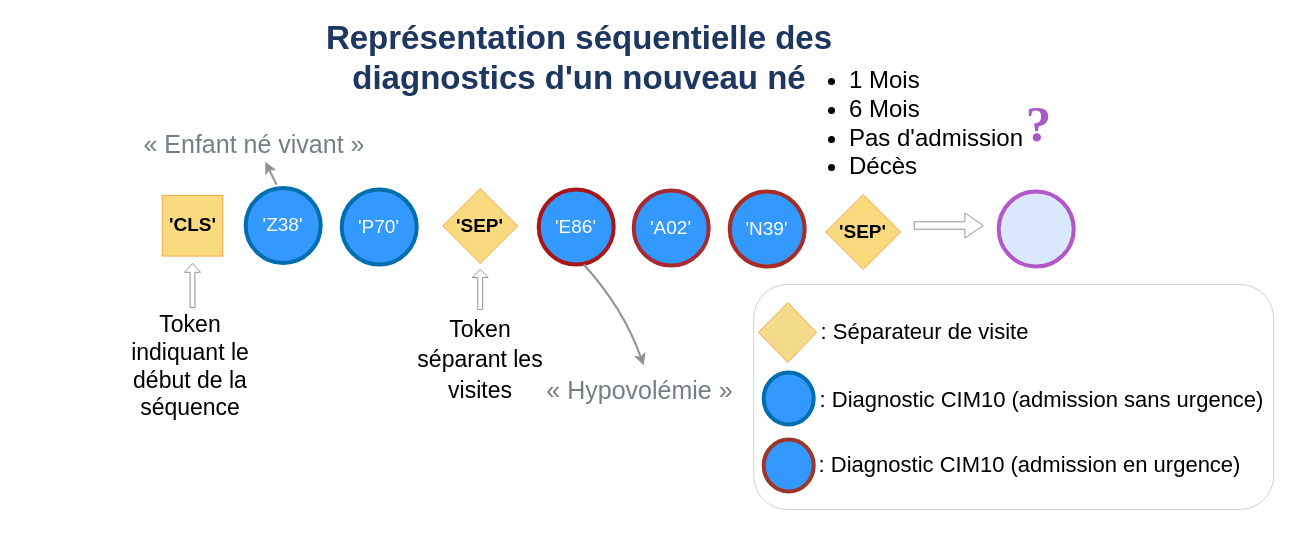
Above: ex_séquence.drawio in Basso42/BEHRT (draw.io), before the change. Source tidied: cells renumbered, new cells numbered last; positions are measured from the earlier drawing's top-left corner, leaving out a move shared by most shapes. Both pictures are drawn from the tidied source at 100%, with x=0, y=0 at pixel (125, 56).
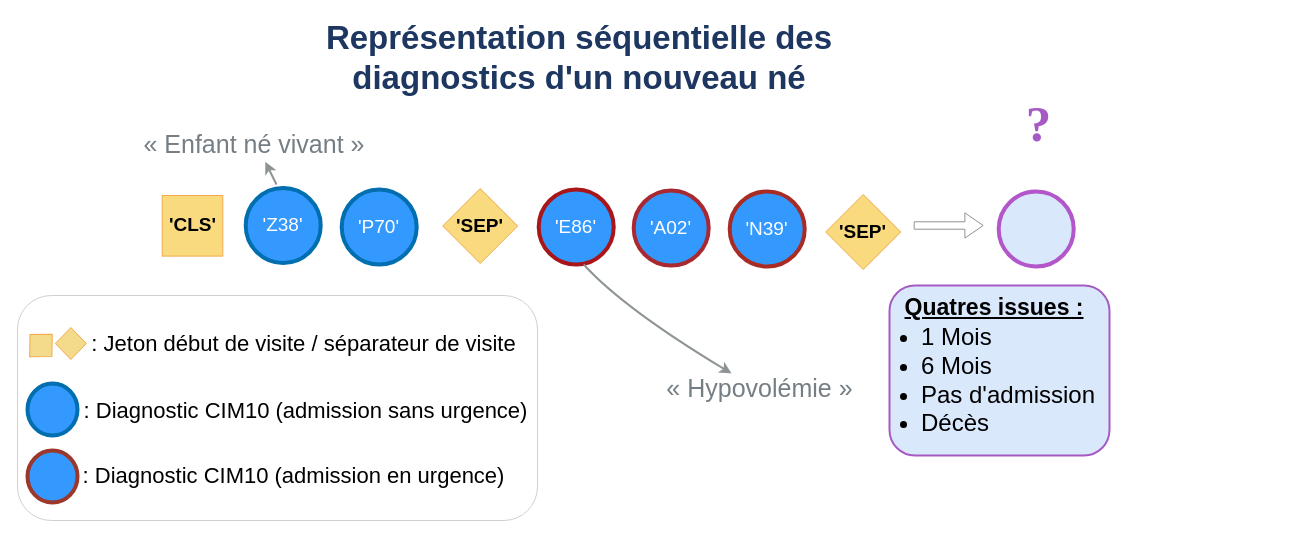
Above is the later version.

The edit, as a diff of the source:
```diff
@@
+    <mxCell id="32" style="rounded=1;whiteSpace=wrap;html=1;fillColor=#dae8fc;strokeColor=light-dark(#a65bc4, #5c79a3);strokeWidth=2;" parent="1" vertex="1">
+      <mxGeometry x="764" y="229" width="220" height="170" as="geometry" />
+    </mxCell>
@@
-    <mxCell id="4" value="&lt;font style=&quot;font-size: 23px;&quot;&gt;&lt;font&gt;Token indiquant le début de la séquence&lt;/font&gt;&lt;/font&gt;" style="text;html=1;strokeColor=none;fillColor=none;align=center;verticalAlign=middle;whiteSpace=wrap;rounded=0;fontSize=21;fontFamily=Arial;" parent="1" vertex="1">
-      <mxGeometry y="295" width="130" height="30" as="geometry" />
-    </mxCell>
-    <mxCell id="5" style="shape=singleArrow;whiteSpace=wrap;html=1;rotation=-90;strokeColor=light-dark(#8e9495, #ededed);fontFamily=Arial;" parent="1" vertex="1">
-      <mxGeometry x="45" y="221" width="44" height="16" as="geometry" />
-    </mxCell>
@@
-    <mxCell id="15" value="&lt;font style=&quot;font-size: 23px;&quot;&gt;&lt;font&gt;Token séparant les visites&lt;/font&gt;&lt;u&gt;&lt;font&gt;&lt;font&gt;&lt;br&gt;&lt;/font&gt;&lt;/font&gt;&lt;/u&gt;&lt;/font&gt;" style="text;html=1;strokeColor=none;fillColor=none;align=center;verticalAlign=middle;whiteSpace=wrap;rounded=0;fontSize=25;fontFamily=Arial;" parent="1" vertex="1">
-      <mxGeometry x="276.2" y="263" width="158" height="78" as="geometry" />
-    </mxCell>
-    <mxCell id="16" style="shape=singleArrow;whiteSpace=wrap;html=1;direction=north;strokeColor=light-dark(#8e9495, #ededed);fontFamily=Arial;" parent="1" vertex="1">
-      <mxGeometry x="346.7" y="213" width="16" height="40" as="geometry" />
-    </mxCell>
     <mxCell id="17" value="&lt;h1&gt;&lt;font style=&quot;font-size: 25px;&quot;&gt;&amp;nbsp;&lt;font&gt;&lt;font&gt;&lt;span style=&quot;font-weight: normal;&quot;&gt;« Hypovolémie »&lt;/span&gt;&lt;/font&gt;&lt;/font&gt;&lt;font&gt;&lt;font&gt;&lt;font&gt;&lt;br&gt;&lt;/font&gt;&lt;/font&gt;&lt;/font&gt;&lt;/font&gt;&lt;/h1&gt;" style="text;html=1;strokeColor=none;fillColor=none;align=center;verticalAlign=middle;whiteSpace=wrap;rounded=0;fontSize=12;fontColor=light-dark(#747e84, #ededed);fontFamily=Arial;" parent="1" vertex="1">
-      <mxGeometry x="408.2" y="319" width="206" height="30" as="geometry" />
+      <mxGeometry x="528" y="317" width="206" height="30" as="geometry" />
     </mxCell>
-    <mxCell id="18" style="curved=1;endArrow=classic;html=1;rounded=0;strokeWidth=2;strokeColor=light-dark(#8e9495, #ededed);fontFamily=Arial;" parent="1" edge="1">
+    <mxCell id="18" style="curved=1;endArrow=classic;html=1;rounded=0;strokeWidth=2;strokeColor=light-dark(#8e9495, #ededed);fontFamily=Arial;" parent="1" edge="1" target="17">
       <mxGeometry relative="1" as="geometry">
         <mxPoint x="458.2" y="208" as="sourcePoint" />
-        <mxPoint x="518.2" y="309" as="targetPoint" />
         <Array as="points">
           <mxPoint x="498.2" y="252" />
         </Array>
       </mxGeometry>
     </mxCell>
@@
     <mxCell id="20" style="rounded=1;whiteSpace=wrap;html=1;strokeColor=light-dark(#d0d0d0, #ededed);fontFamily=Arial;" parent="1" vertex="1">
-      <mxGeometry x="628.2" y="228" width="520" height="225" as="geometry" />
+      <mxGeometry x="-108" y="239" width="520" height="225" as="geometry" />
     </mxCell>
     <mxCell id="21" style="rhombus;whiteSpace=wrap;html=1;flipH=1;fillColor=light-dark(#f4db8b, #281d00);strokeColor=light-dark(#f2aa4c, #6d5100);fontFamily=Arial;" parent="1" vertex="1">
-      <mxGeometry x="633.2" y="246" width="58" height="60" as="geometry" />
+      <mxGeometry x="-70.1" y="271" width="30.9" height="32" as="geometry" />
     </mxCell>
     <mxCell id="22" value="&lt;div&gt;&lt;br&gt;&lt;/div&gt;&lt;div&gt;&lt;br&gt;&lt;/div&gt;" style="ellipse;whiteSpace=wrap;html=1;fillColor=#3399FF;flipH=1;strokeColor=#006EAF;strokeWidth=4;fontFamily=Arial;" parent="1" vertex="1">
-      <mxGeometry x="638.2" y="316" width="50" height="52" as="geometry" />
+      <mxGeometry x="-98" y="327" width="50" height="52" as="geometry" />
     </mxCell>
     <mxCell id="23" value="&lt;font&gt;: Diagnostic CIM10 (admission sans urgence)&lt;/font&gt;" style="text;html=1;align=center;verticalAlign=middle;strokeColor=none;fillColor=none;fontFamily=Arial;fontSize=22;" parent="1" vertex="1">
-      <mxGeometry x="681.2" y="324" width="470" height="40" as="geometry" />
+      <mxGeometry x="-55" y="335" width="470" height="40" as="geometry" />
     </mxCell>
-    <mxCell id="24" value="&lt;font&gt;: Séparateur de visite&lt;/font&gt;" style="text;html=1;align=center;verticalAlign=middle;strokeColor=none;fillColor=none;fontFamily=Arial;fontSize=22;" parent="1" vertex="1">
-      <mxGeometry x="684.2" y="256" width="230" height="40" as="geometry" />
+    <mxCell id="24" value="&lt;font&gt;: Jeton début de visite / séparateur de visite&lt;/font&gt;" style="text;html=1;align=center;verticalAlign=middle;strokeColor=none;fillColor=none;fontFamily=Arial;fontSize=22;" parent="1" vertex="1">
+      <mxGeometry x="-47" y="268" width="450" height="40" as="geometry" />
     </mxCell>
@@
     <mxCell id="26" value="&lt;div align=&quot;left&quot;&gt;&lt;ul&gt;&lt;li&gt;&lt;font&gt;&lt;font&gt;1 Mois&lt;/font&gt;&lt;/font&gt;&lt;/li&gt;&lt;li&gt;&lt;font&gt;&lt;font&gt;6 Mois&lt;/font&gt;&lt;/font&gt;&lt;/li&gt;&lt;li&gt;&lt;font&gt;&lt;font&gt;Pas d'admission&lt;/font&gt;&lt;/font&gt;&lt;/li&gt;&lt;li&gt;&lt;font&gt;&lt;font&gt;Décès&lt;/font&gt;&lt;/font&gt;&lt;/li&gt;&lt;/ul&gt;&lt;/div&gt;" style="text;html=1;align=left;verticalAlign=middle;whiteSpace=wrap;rounded=0;fontSize=24;fontFamily=Arial;" parent="1" vertex="1">
-      <mxGeometry x="682.2" y="22" width="225" height="90" as="geometry" />
+      <mxGeometry x="754" y="239" width="230" height="170" as="geometry" />
     </mxCell>
@@
     <mxCell id="29" value="&lt;div&gt;&lt;br&gt;&lt;/div&gt;&lt;div&gt;&lt;br&gt;&lt;/div&gt;" style="ellipse;whiteSpace=wrap;html=1;fillColor=#3399FF;flipH=1;strokeColor=light-dark(#9c372b, #51afe7);strokeWidth=4;fontFamily=Arial;" parent="1" vertex="1">
-      <mxGeometry x="638.2" y="383" width="50" height="52" as="geometry" />
+      <mxGeometry x="-98" y="394" width="50" height="52" as="geometry" />
     </mxCell>
     <mxCell id="30" value="&lt;font&gt;: Diagnostic CIM10 (admission en urgence)&lt;/font&gt;" style="text;html=1;align=center;verticalAlign=middle;strokeColor=none;fillColor=none;fontFamily=Arial;fontSize=22;" parent="1" vertex="1">
-      <mxGeometry x="679.2" y="389" width="450" height="40" as="geometry" />
+      <mxGeometry x="-57" y="400" width="450" height="40" as="geometry" />
     </mxCell>
@@
+    <mxCell id="33" style="rhombus;whiteSpace=wrap;html=1;flipH=1;fillColor=light-dark(#f4db8b, #281d00);strokeColor=light-dark(#f2aa4c, #6d5100);fontFamily=Arial;rotation=45;" parent="1" vertex="1">
+      <mxGeometry x="-100" y="273" width="30.9" height="32" as="geometry" />
+    </mxCell>
+    <mxCell id="34" value="&lt;u&gt;&lt;b&gt;Quatres issues :&lt;/b&gt;&lt;/u&gt;" style="text;html=1;align=center;verticalAlign=middle;whiteSpace=wrap;rounded=0;fontSize=23;" parent="1" vertex="1">
+      <mxGeometry x="749" y="231" width="240" height="40" as="geometry" />
+    </mxCell>
```
